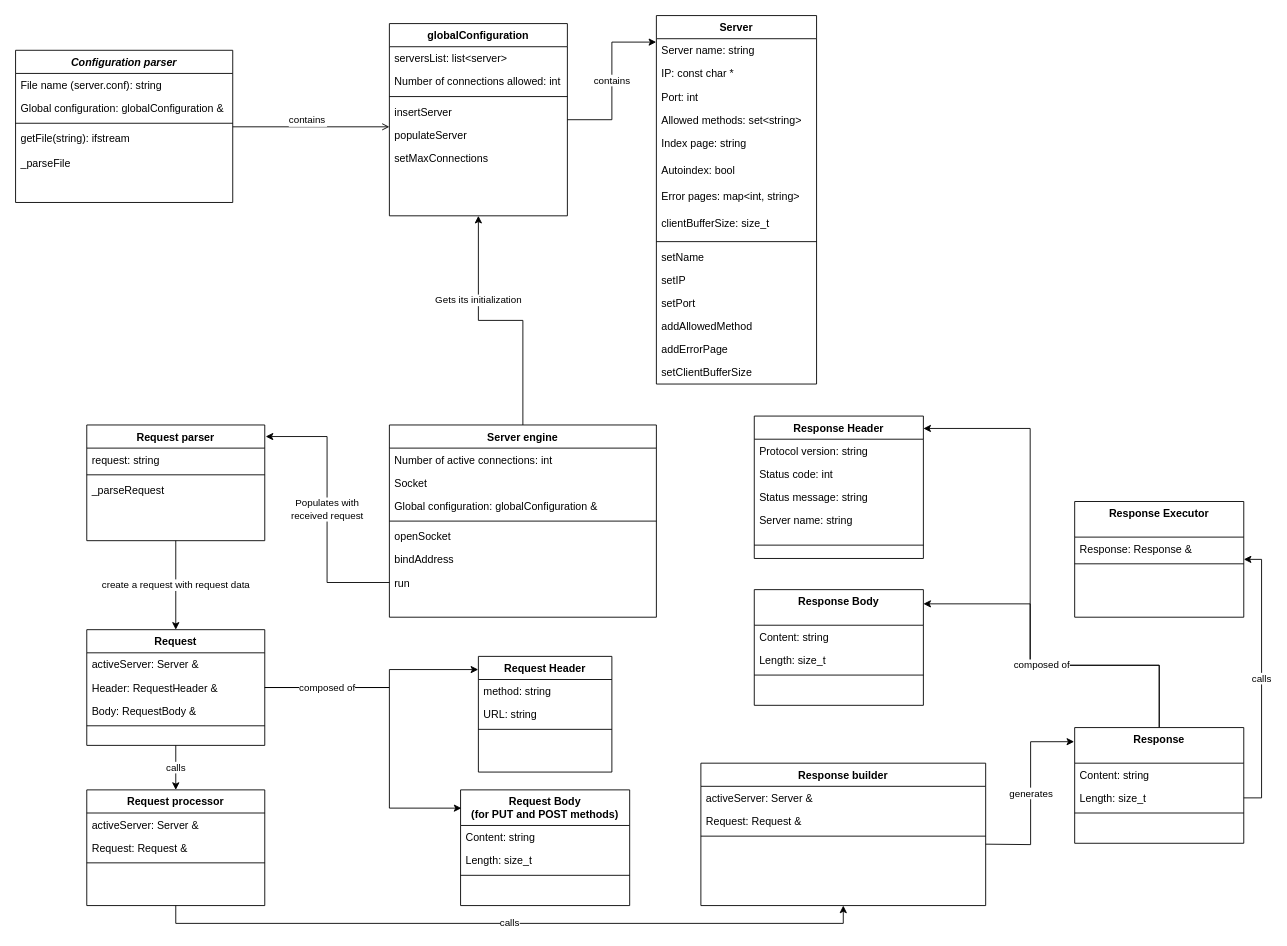
This is webserv_architecture.drawio from ababoum/webserv, a draw.io file, before an edit. Source tidied: cells renumbered, new cells numbered last; positions are measured from the earlier drawing's top-left corner, leaving out a move shared by most shapes. Both pictures are drawn from the tidied source at 89%, with x=0, y=0 at pixel (15, 15).
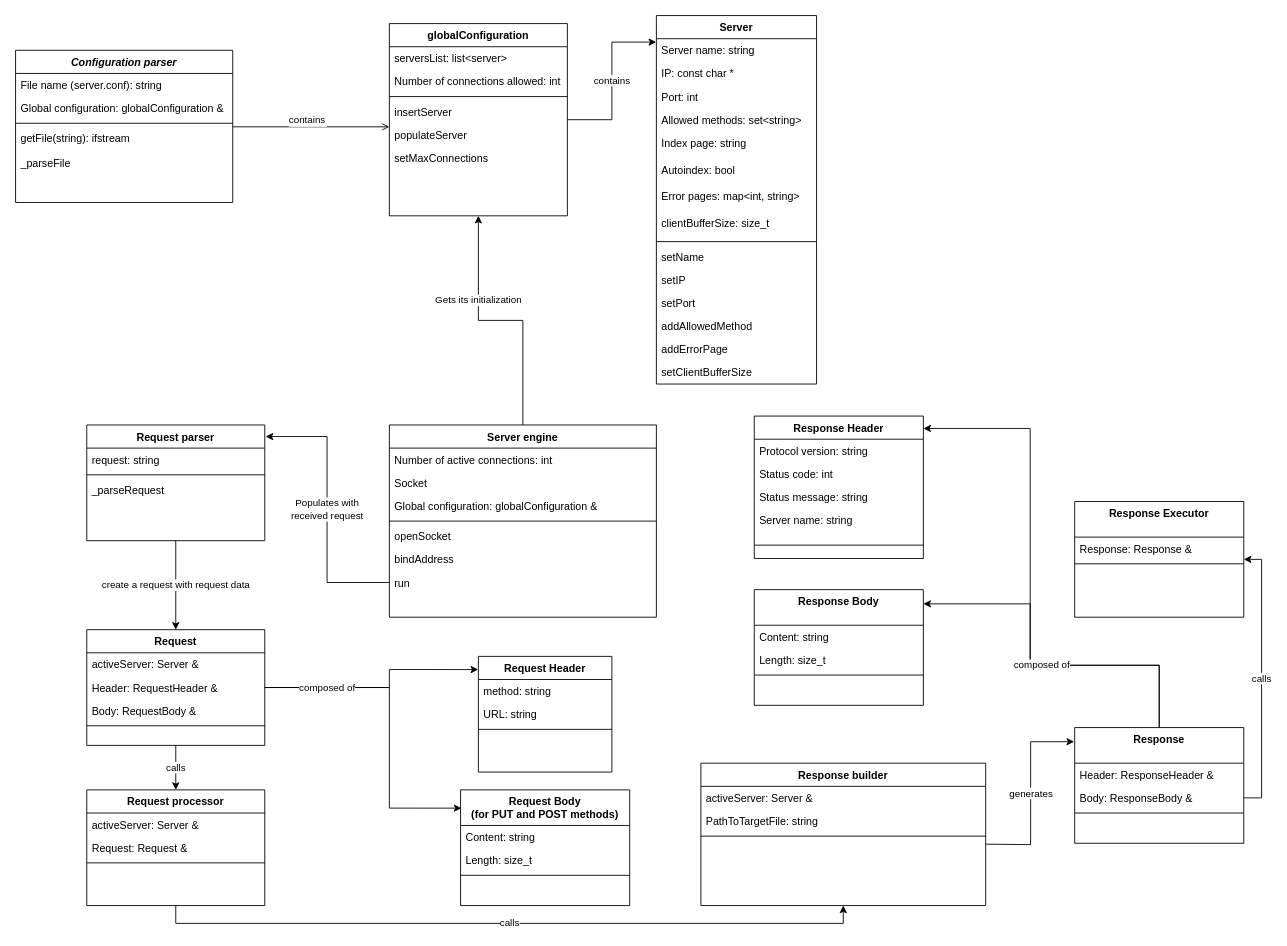
Above is the later version.

Commit message:
Update webserv_architecture (Response v2).drawio

Unchanged cells that the change refers to:
```xml
<mxCell id="70" value="Response builder" style="swimlane;fontStyle=1;align=center;verticalAlign=top;horizontal=1;startSize=26;rounded=0;shadow=0;strokeWidth=1;" parent="1" vertex="1">
  <mxGeometry x="770" y="840" width="320" height="160" as="geometry" />
</mxCell>
<mxCell id="85" value="Response" style="swimlane;fontStyle=1;align=center;verticalAlign=top;horizontal=1;startSize=40;rounded=0;shadow=0;strokeWidth=1;" parent="1" vertex="1">
  <mxGeometry x="1190" y="800" width="190" height="130" as="geometry" />
</mxCell>
```

Diff of the diagram source:
```diff
@@
-    <mxCell id="72" value="Request: Request &amp;" style="text;align=left;verticalAlign=top;spacingLeft=4;spacingRight=4;overflow=hidden;" parent="70" vertex="1">
+    <mxCell id="72" value="PathToTargetFile: string" style="text;align=left;verticalAlign=top;spacingLeft=4;spacingRight=4;overflow=hidden;" parent="70" vertex="1">
       <mxGeometry y="52" width="320" height="26" as="geometry" />
     </mxCell>
@@
-    <mxCell id="86" value="Content: string" style="text;align=left;verticalAlign=top;spacingLeft=4;spacingRight=4;overflow=hidden;" parent="85" vertex="1">
+    <mxCell id="86" value="Header: ResponseHeader &amp;" style="text;align=left;verticalAlign=top;spacingLeft=4;spacingRight=4;overflow=hidden;" parent="85" vertex="1">
       <mxGeometry y="40" width="190" height="26" as="geometry" />
     </mxCell>
-    <mxCell id="87" value="Length: size_t" style="text;align=left;verticalAlign=top;spacingLeft=4;spacingRight=4;overflow=hidden;points=[[0,0.5],[1,0.5]];portConstraint=eastwest;" parent="85" vertex="1">
+    <mxCell id="87" value="Body: ResponseBody &amp;" style="text;align=left;verticalAlign=top;spacingLeft=4;spacingRight=4;overflow=hidden;points=[[0,0.5],[1,0.5]];portConstraint=eastwest;" parent="85" vertex="1">
       <mxGeometry y="66" width="190" height="26" as="geometry" />
     </mxCell>
```
